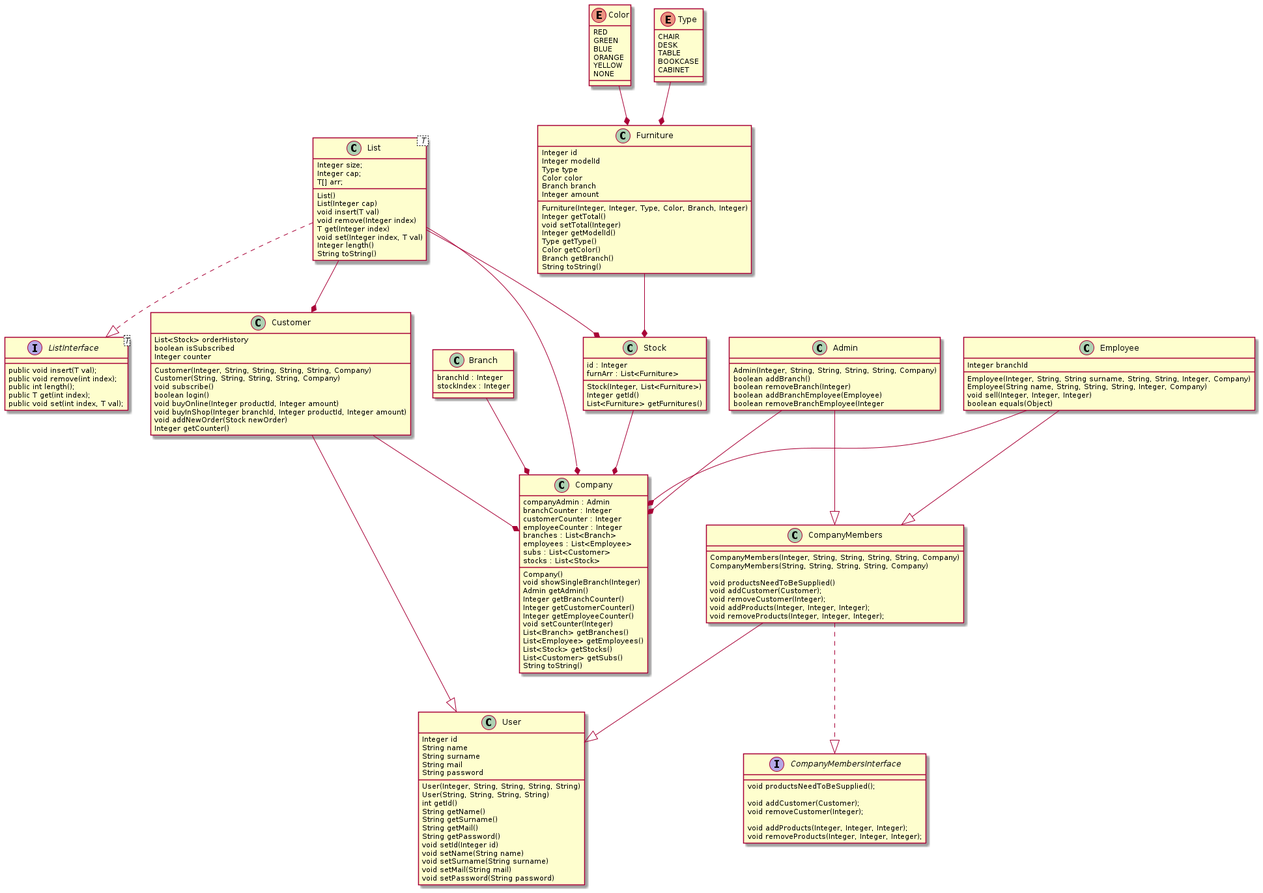
barisayyildiz/Data-Structures-Homeworks keeps this PlantUML diagram as out/classes/Order Taking Classes.png. Above is the earlier version.
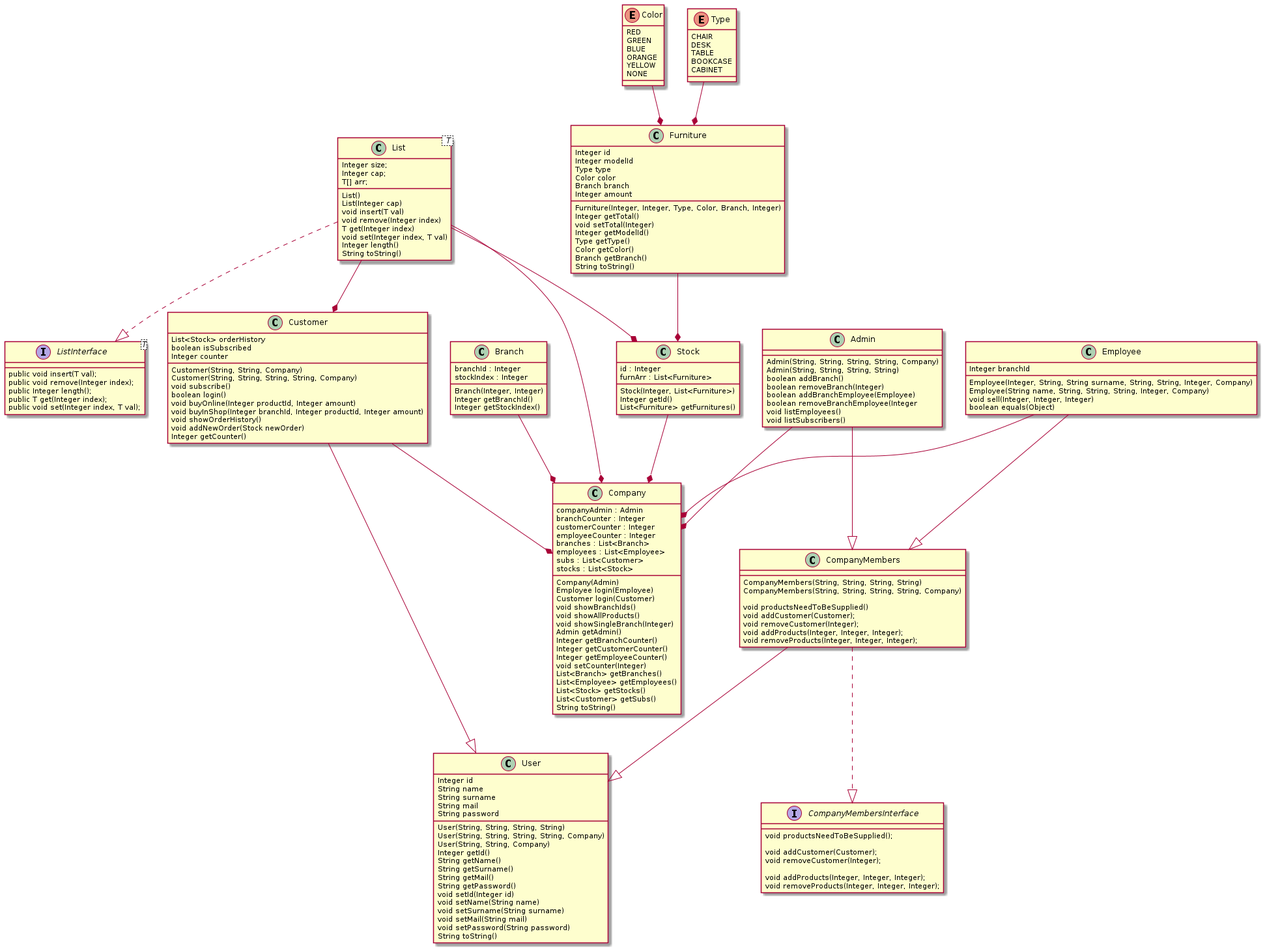
The same diagram one commit later.

Commit message:
class diagramı çizildi

Diff of the diagram source:
```diff
@@ -11,7 +11,11 @@
 	subs : List<Customer>
 	stocks : List<Stock>
 
-	Company()
+	Company(Admin)
+	Employee login(Employee)
+	Customer login(Customer)
+	void showBranchIds()
+	void showAllProducts()
 	void showSingleBranch(Integer)
 	Admin getAdmin()
 	Integer getBranchCounter()
@@ -29,6 +33,10 @@
 {
 	branchId : Integer
 	stockIndex : Integer
+
+	Branch(Integer, Integer)
+	Integer getBranchId()
+	Integer getStockIndex()
 }
 
 class Stock
@@ -42,17 +50,17 @@
 
 class Admin
 {
-	Admin(Integer, String, String, String, String, Company)
+	Admin(String, String, String, String, Company)
+	Admin(String, String, String, String)
 	boolean addBranch()
 	boolean removeBranch(Integer)
 	boolean addBranchEmployee(Employee)
 	boolean removeBranchEmployee(Integer
-
+	void listEmployees()
+	void listSubscribers()
 }
 
 interface CompanyMembersInterface {
-
-
 
 	void productsNeedToBeSupplied();
 
@@ -66,7 +74,7 @@
 
 class CompanyMembers
 {
-	CompanyMembers(Integer, String, String, String, String, Company)
+	CompanyMembers(String, String, String, String)
 	CompanyMembers(String, String, String, String, Company)
 
 	void productsNeedToBeSupplied()
@@ -83,12 +91,13 @@
 	boolean isSubscribed
 	Integer counter
 
-	Customer(Integer, String, String, String, String, Company)
+	Customer(String, String, Company)
 	Customer(String, String, String, String, Company)
 	void subscribe()
 	boolean login()
 	void buyOnline(Integer productId, Integer amount)
 	void buyInShop(Integer branchId, Integer productId, Integer amount)
+	void showOrderHistory()
 	void addNewOrder(Stock newOrder)
 	Integer getCounter()
 
@@ -113,9 +122,10 @@
 	String mail
 	String password
 
-	User(Integer, String, String, String, String)
 	User(String, String, String, String)
-	int getId()
+	User(String, String, String, String, Company)
+	User(String, String, Company)
+	Integer getId()
 	String getName()
 	String getSurname()
 	String getMail()
@@ -125,6 +135,7 @@
 	void setSurname(String surname)
 	void setMail(String mail)
 	void setPassword(String password)
+	String toString()
 }
 
 enum Color
@@ -186,10 +197,10 @@
 interface ListInterface<T> {
 
 	public void insert(T val);
-	public void remove(int index);
-	public int length();
-	public T get(int index);
-	public void set(int index, T val);
+	public void remove(Integer index);
+	public Integer length();
+	public T get(Integer index);
+	public void set(Integer index, T val);
 
 }
 
```
